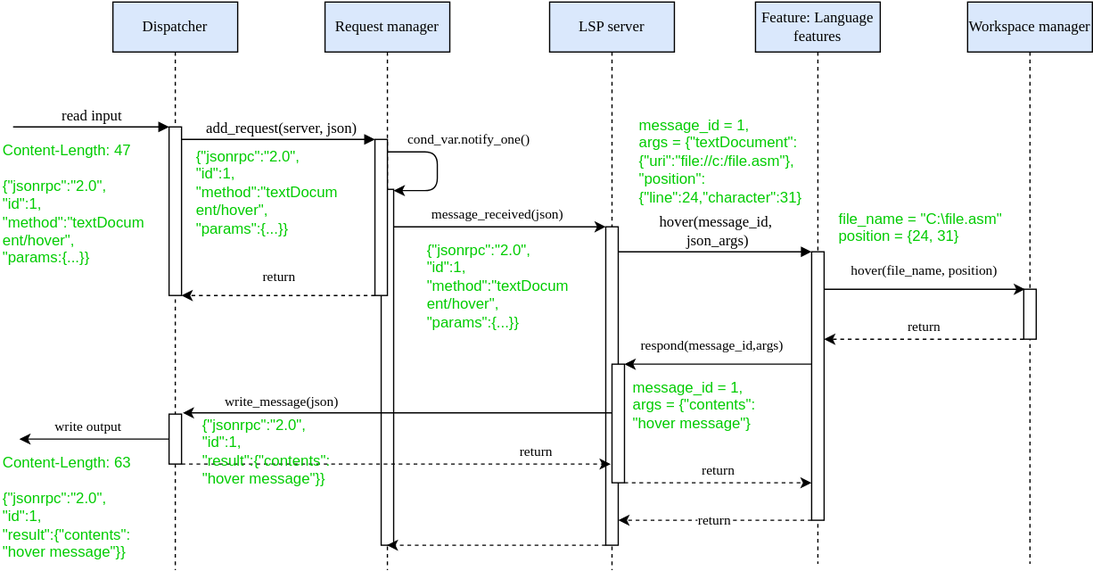
The draw.io diagram docs/img/hover_sequence.svg in eclipse-che4z/che-che4z-lsp-for-hlasm, before a commit. Source tidied: cells renumbered, new cells last; positions are measured from the earlier drawing's top-left corner, leaving out a move shared by most shapes.
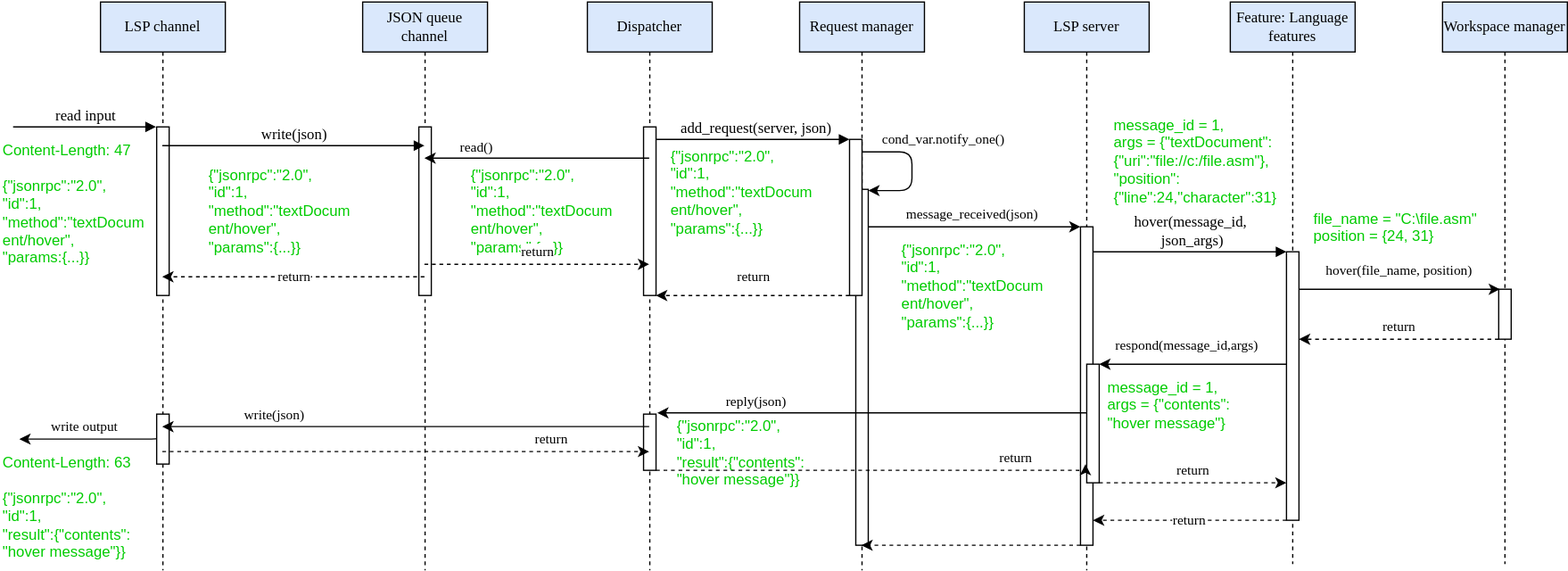
Above is the later version.

Diff of the diagram source:
```diff
@@ -43,7 +43,7 @@
       <mxGeometry x="45" y="100" width="10" height="135" as="geometry" />
     </mxCell>
     <mxCell id="13" style="html=1;points=[];perimeter=orthogonalPerimeter;rounded=0;shadow=0;comic=0;labelBackgroundColor=none;strokeWidth=1;fontFamily=Verdana;fontSize=12;align=center;" parent="11" vertex="1">
-      <mxGeometry x="45" y="330" width="10" height="40" as="geometry" />
+      <mxGeometry x="45" y="330" width="10" height="45" as="geometry" />
     </mxCell>
     <mxCell id="14" value="hover(file_name, position)" style="edgeStyle=orthogonalEdgeStyle;rounded=1;jettySize=auto;html=1;fontFamily=Verdana;" parent="1" edge="1" source="17">
       <mxGeometry x="-0.01" y="15" relative="1" as="geometry">
@@ -90,19 +90,18 @@
         <mxPoint x="-5" y="-5" as="offset" />
       </mxGeometry>
     </mxCell>
-    <mxCell id="20" value="read input" style="html=1;verticalAlign=bottom;endArrow=block;labelBackgroundColor=none;fontFamily=Verdana;fontSize=12;edgeStyle=elbowEdgeStyle;elbow=vertical;" parent="1" edge="1">
+    <mxCell id="20" value="read input" style="html=1;verticalAlign=bottom;endArrow=block;labelBackgroundColor=none;fontFamily=Verdana;fontSize=12;edgeStyle=elbowEdgeStyle;elbow=vertical;entryX=-0.05;entryY=-0.004;entryDx=0;entryDy=0;entryPerimeter=0;" parent="1" edge="1" target="39">
       <mxGeometry relative="1" as="geometry">
-        <mxPoint x="10" y="100" as="sourcePoint" />
-        <mxPoint x="135" y="100" as="targetPoint" />
+        <mxPoint x="-370" y="100" as="sourcePoint" />
         <Array as="points">
-          <mxPoint x="90" y="100" />
-          <mxPoint x="80" y="120" />
-          <mxPoint x="60" y="120" />
+          <mxPoint x="-290" y="100" />
+          <mxPoint x="-300" y="120" />
+          <mxPoint x="-320" y="120" />
         </Array>
       </mxGeometry>
     </mxCell>
     <mxCell id="21" value="Content-Length: 47&lt;br&gt;&lt;br&gt;{&quot;jsonrpc&quot;:&quot;2.0&quot;,&lt;br&gt;&quot;id&quot;:1,&lt;br&gt;&quot;method&quot;:&quot;textDocum&lt;br&gt;ent/hover&quot;,&lt;br&gt;&quot;params:{...}}" style="text;html=1;strokeColor=none;fillColor=none;align=left;verticalAlign=top;whiteSpace=wrap;rounded=0;fontColor=#00CC00;" parent="1" vertex="1">
-      <mxGeometry y="105" width="120" height="110" as="geometry" />
+      <mxGeometry x="-380" y="105" width="120" height="110" as="geometry" />
     </mxCell>
     <mxCell id="22" value="return" style="edgeStyle=orthogonalEdgeStyle;rounded=0;orthogonalLoop=1;jettySize=auto;html=1;dashed=1;fontFamily=Verdana;" parent="1" edge="1">
       <mxGeometry x="-0.01" y="-15" relative="1" as="geometry">
@@ -144,7 +143,7 @@
     <mxCell id="28" value="file_name = &quot;C:\file.asm&quot;&lt;br&gt;position = {24, 31}" style="text;html=1;strokeColor=none;fillColor=none;align=left;verticalAlign=top;whiteSpace=wrap;rounded=0;fontColor=#00CC00;" parent="1" vertex="1">
       <mxGeometry x="670" y="160" width="135" height="40" as="geometry" />
     </mxCell>
-    <mxCell id="29" value="write_message(json)" style="edgeStyle=orthogonalEdgeStyle;rounded=1;jettySize=auto;html=1;fontFamily=Verdana;fontColor=#000000;" parent="1" edge="1" source="30">
+    <mxCell id="29" value="reply(json)" style="edgeStyle=orthogonalEdgeStyle;rounded=1;jettySize=auto;html=1;fontFamily=Verdana;fontColor=#000000;" parent="1" edge="1" source="30">
       <mxGeometry x="0.54" y="-9" relative="1" as="geometry">
         <mxPoint x="146" y="329" as="targetPoint" />
         <Array as="points">
@@ -159,25 +158,27 @@
     <mxCell id="31" value="message_id = 1,&lt;br&gt;args = {&quot;contents&quot;:&lt;br&gt;&quot;hover message&quot;}" style="text;html=1;strokeColor=none;fillColor=none;align=left;verticalAlign=top;whiteSpace=wrap;rounded=0;fontColor=#00CC00;" parent="1" vertex="1">
       <mxGeometry x="505" y="295" width="120" height="65" as="geometry" />
     </mxCell>
-    <mxCell id="32" value="write output" style="edgeStyle=orthogonalEdgeStyle;rounded=1;jettySize=auto;html=1;fontFamily=Verdana;fontColor=#000000;" parent="1" edge="1" source="13">
+    <mxCell id="32" value="write output" style="edgeStyle=orthogonalEdgeStyle;rounded=1;jettySize=auto;html=1;fontFamily=Verdana;fontColor=#000000;exitX=1.054;exitY=-0.081;exitDx=0;exitDy=0;exitPerimeter=0;" parent="1" edge="1" source="35">
       <mxGeometry x="0.08" y="-10" relative="1" as="geometry">
-        <mxPoint x="15" y="350" as="targetPoint" />
+        <mxPoint x="-365" y="350" as="targetPoint" />
+        <Array as="points">
+          <mxPoint x="-253" y="350" />
+        </Array>
       </mxGeometry>
     </mxCell>
     <mxCell id="33" value="return" style="edgeStyle=orthogonalEdgeStyle;rounded=1;jettySize=auto;html=1;fontFamily=Verdana;fontColor=#000000;dashed=1;" parent="1" edge="1" source="13">
       <mxGeometry x="0.65" y="10" relative="1" as="geometry">
         <mxPoint x="489" y="370" as="targetPoint" />
         <Array as="points">
-          <mxPoint x="180" y="370" />
-          <mxPoint x="180" y="370" />
+          <mxPoint x="489" y="375" />
         </Array>
       </mxGeometry>
     </mxCell>
     <mxCell id="34" value="{&quot;jsonrpc&quot;:&quot;2.0&quot;,&lt;br&gt;&quot;id&quot;:1,&lt;br&gt;&quot;result&quot;:{&quot;contents&quot;:&lt;br&gt;&quot;hover message&quot;}}" style="text;html=1;strokeColor=none;fillColor=none;align=left;verticalAlign=top;whiteSpace=wrap;rounded=0;fontColor=#00CC00;" parent="1" vertex="1">
-      <mxGeometry x="160" y="325" width="120" height="80" as="geometry" />
+      <mxGeometry x="160" y="326" width="120" height="80" as="geometry" />
     </mxCell>
     <mxCell id="35" value="Content-Length: 63&lt;br&gt;&lt;br&gt;{&quot;jsonrpc&quot;:&quot;2.0&quot;,&lt;br&gt;&quot;id&quot;:1,&lt;br&gt;&quot;result&quot;:{&quot;contents&quot;:&lt;br&gt;&quot;hover message&quot;}}" style="text;html=1;strokeColor=none;fillColor=none;align=left;verticalAlign=top;whiteSpace=wrap;rounded=0;fontColor=#00CC00;" parent="1" vertex="1">
-      <mxGeometry y="355" width="120" height="80" as="geometry" />
+      <mxGeometry x="-380" y="355" width="120" height="80" as="geometry" />
     </mxCell>
     <mxCell id="36" value="return" style="edgeStyle=orthogonalEdgeStyle;rounded=1;jettySize=auto;html=1;dashed=1;fontFamily=Verdana;fontColor=#000000;" parent="1" edge="1" source="30">
       <mxGeometry y="10" relative="1" as="geometry">
@@ -196,5 +197,74 @@
         </Array>
       </mxGeometry>
     </mxCell>
+    <mxCell id="38" value="LSP channel" style="shape=umlLifeline;perimeter=lifelinePerimeter;whiteSpace=wrap;html=1;outlineConnect=0;rounded=0;shadow=0;comic=0;labelBackgroundColor=none;strokeWidth=1;fontFamily=Verdana;fontSize=12;align=center;fillColor=#dae8fc;strokeColor=#000000;" parent="1" vertex="1">
+      <mxGeometry x="-300" width="100" height="455" as="geometry" />
+    </mxCell>
+    <mxCell id="39" style="html=1;points=[];perimeter=orthogonalPerimeter;rounded=0;shadow=0;comic=0;labelBackgroundColor=none;strokeWidth=1;fontFamily=Verdana;fontSize=12;align=center;" parent="38" vertex="1">
+      <mxGeometry x="45" y="100" width="10" height="135" as="geometry" />
+    </mxCell>
+    <mxCell id="40" style="html=1;perimeter=orthogonalPerimeter;rounded=0;shadow=0;comic=0;labelBackgroundColor=none;strokeWidth=1;fontFamily=Verdana;fontSize=12;align=center;" parent="38" vertex="1">
+      <mxGeometry x="45" y="330" width="10" height="40" as="geometry" />
+    </mxCell>
+    <mxCell id="41" value="write(json)" style="edgeStyle=orthogonalEdgeStyle;rounded=1;jettySize=auto;html=1;fontFamily=Verdana;fontColor=#000000;" parent="1" edge="1" source="11" target="38">
+      <mxGeometry x="0.54" y="-9" relative="1" as="geometry">
+        <Array as="points">
+          <mxPoint x="-135" y="340" />
+          <mxPoint x="-135" y="340" />
+        </Array>
+      </mxGeometry>
+    </mxCell>
+    <mxCell id="42" value="return" style="edgeStyle=orthogonalEdgeStyle;rounded=1;jettySize=auto;html=1;fontFamily=Verdana;fontColor=#000000;dashed=1;" parent="1" edge="1" source="38" target="11">
+      <mxGeometry x="0.6" y="10" relative="1" as="geometry">
+        <Array as="points">
+          <mxPoint x="-120" y="360" />
+          <mxPoint x="-120" y="360" />
+        </Array>
+      </mxGeometry>
+    </mxCell>
+    <mxCell id="43" value="JSON queue channel" style="shape=umlLifeline;perimeter=lifelinePerimeter;whiteSpace=wrap;html=1;outlineConnect=0;rounded=0;shadow=0;comic=0;labelBackgroundColor=none;strokeWidth=1;fontFamily=Verdana;fontSize=12;align=center;fillColor=#dae8fc;strokeColor=#000000;" parent="1" vertex="1">
+      <mxGeometry x="-90" width="100" height="455" as="geometry" />
+    </mxCell>
+    <mxCell id="44" style="html=1;perimeter=orthogonalPerimeter;rounded=0;shadow=0;comic=0;labelBackgroundColor=none;strokeWidth=1;fontFamily=Verdana;fontSize=12;align=center;" parent="43" vertex="1">
+      <mxGeometry x="45" y="100" width="10" height="135" as="geometry" />
+    </mxCell>
+    <mxCell id="45" value="{&quot;jsonrpc&quot;:&quot;2.0&quot;,&lt;br&gt;&quot;id&quot;:1,&lt;br&gt;&quot;method&quot;:&quot;textDocum&lt;br&gt;ent/hover&quot;,&lt;br&gt;&quot;params&quot;:{...}}" style="text;html=1;strokeColor=none;fillColor=none;align=left;verticalAlign=top;whiteSpace=wrap;rounded=0;fontColor=#00CC00;" parent="1" vertex="1">
+      <mxGeometry x="-215" y="125" width="120" height="80" as="geometry" />
+    </mxCell>
+    <mxCell id="46" value="{&quot;jsonrpc&quot;:&quot;2.0&quot;,&lt;br&gt;&quot;id&quot;:1,&lt;br&gt;&quot;method&quot;:&quot;textDocum&lt;br&gt;ent/hover&quot;,&lt;br&gt;&quot;params&quot;:{...}}" style="text;html=1;strokeColor=none;fillColor=none;align=left;verticalAlign=top;whiteSpace=wrap;rounded=0;fontColor=#00CC00;" parent="1" vertex="1">
+      <mxGeometry x="-5" y="125" width="120" height="80" as="geometry" />
+    </mxCell>
+    <mxCell id="47" value="return" style="edgeStyle=orthogonalEdgeStyle;rounded=1;jettySize=auto;html=1;dashed=1;fontFamily=Verdana;fontColor=#000000;" parent="1" edge="1" source="43" target="11">
+      <mxGeometry y="10" relative="1" as="geometry">
+        <Array as="points">
+          <mxPoint x="50" y="210" />
+          <mxPoint x="50" y="210" />
+        </Array>
+      </mxGeometry>
+    </mxCell>
+    <mxCell id="48" value="return" style="edgeStyle=orthogonalEdgeStyle;rounded=1;jettySize=auto;html=1;dashed=1;fontFamily=Verdana;fontColor=#000000;" parent="1" edge="1" source="43" target="38">
+      <mxGeometry relative="1" as="geometry">
+        <Array as="points">
+          <mxPoint x="-145" y="220" />
+          <mxPoint x="-145" y="220" />
+        </Array>
+      </mxGeometry>
+    </mxCell>
+    <mxCell id="49" value="write(json)" style="html=1;verticalAlign=bottom;endArrow=block;labelBackgroundColor=none;fontFamily=Verdana;fontSize=12;edgeStyle=elbowEdgeStyle;elbow=vertical;" parent="1" edge="1" source="38" target="43">
+      <mxGeometry relative="1" as="geometry">
+        <Array as="points">
+          <mxPoint x="-145" y="115" />
+          <mxPoint x="-165" y="130.5" />
+        </Array>
+      </mxGeometry>
+    </mxCell>
+    <mxCell id="50" value="read()" style="edgeStyle=orthogonalEdgeStyle;rounded=1;jettySize=auto;html=1;fontFamily=Verdana;fontColor=#000000;" parent="1" edge="1" source="11" target="43">
+      <mxGeometry x="0.54" y="-9" relative="1" as="geometry">
+        <Array as="points">
+          <mxPoint x="65" y="125" />
+          <mxPoint x="65" y="125" />
+        </Array>
+      </mxGeometry>
+    </mxCell>
   </root>
 </mxGraphModel>
```
